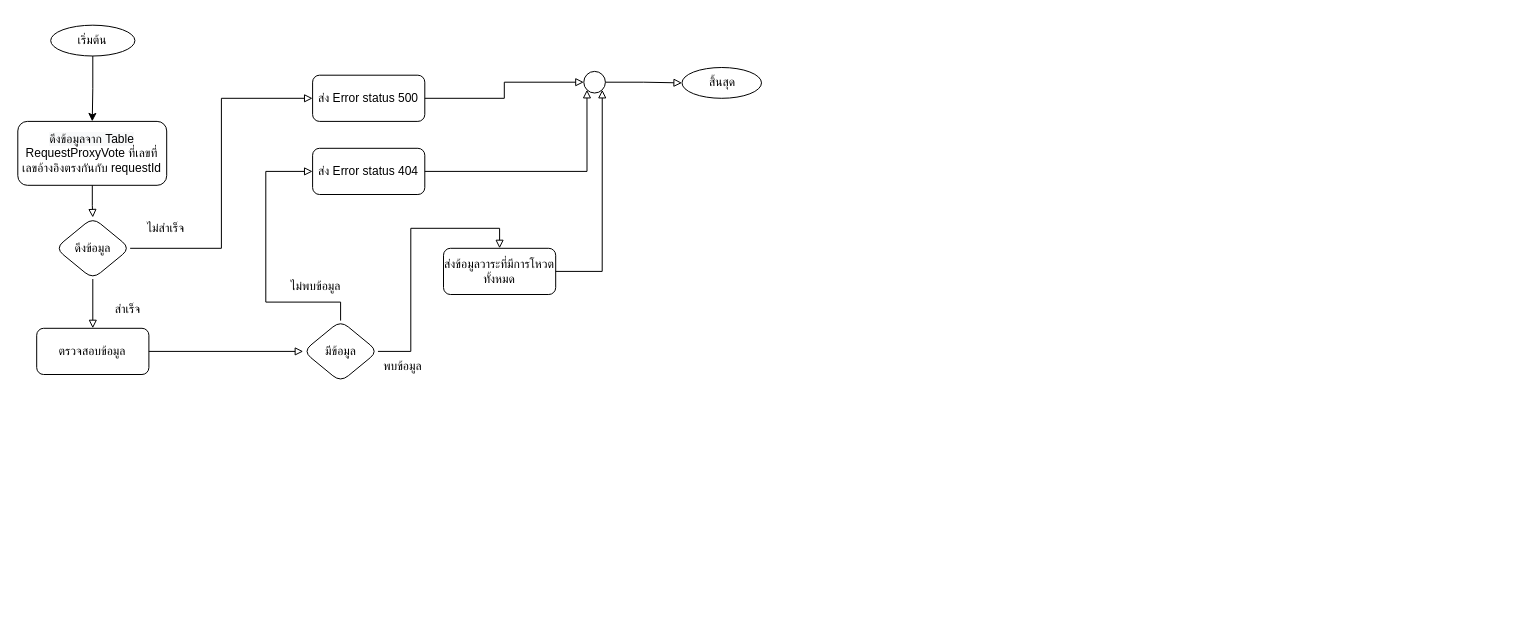
Before: getProxyVoteId.drawio in charifrodmanee/charifrodmanee, a draw.io diagram. Source tidied: cells renumbered, new cells numbered last; positions are measured from the earlier drawing's top-left corner, leaving out a move shared by most shapes. Both pictures are drawn from the tidied source at 100%, with x=0, y=0 at pixel (17, 17).
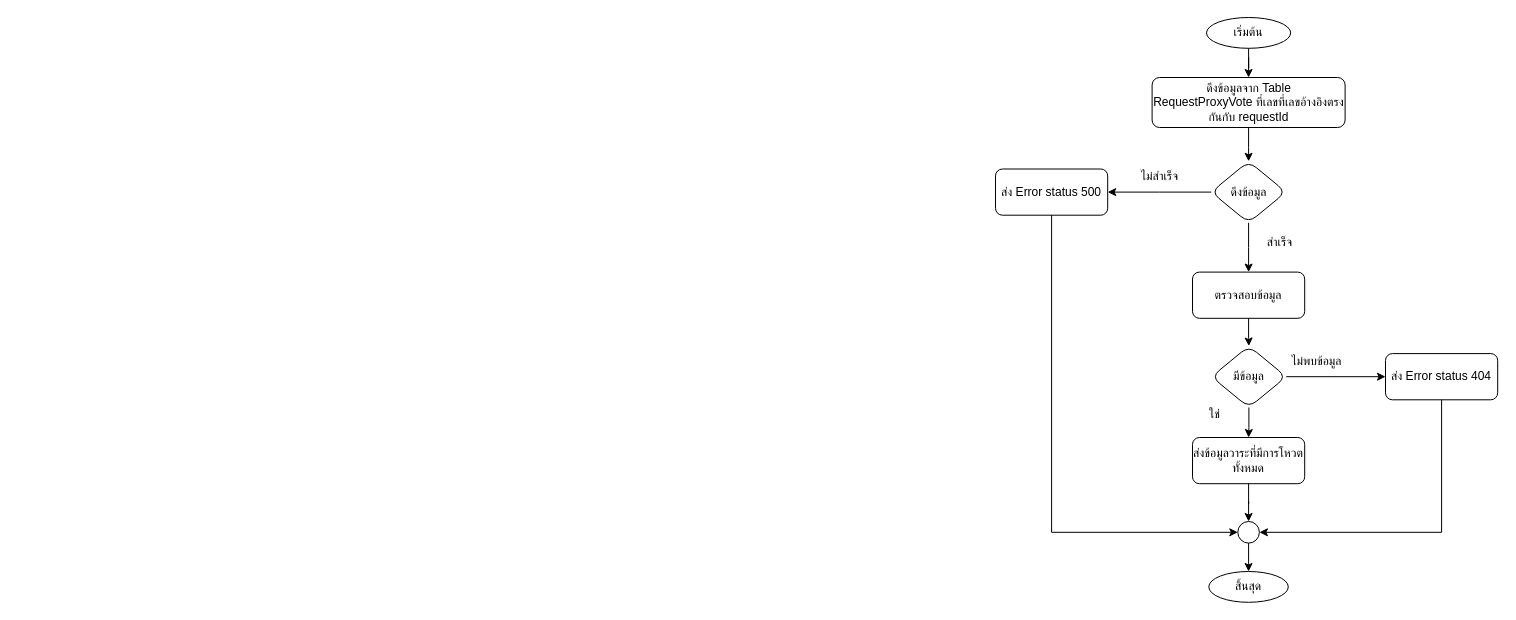
Above is the later version.

What changed in the source:
```diff
@@
-    <mxCell id="2" style="group;" parent="1" vertex="1">
-      <mxGeometry width="744" height="480" as="geometry" />
-    </mxCell>
-    <mxCell id="3" style="group;" parent="2" vertex="1">
-      <mxGeometry x="19.2" y="7.7" width="724.8" height="356.9" as="geometry" />
-    </mxCell>
-    <mxCell id="4" value="เริ่มต้น" style="ellipse;whiteSpace=wrap;html=1;rounded=1;glass=0;strokeWidth=1;shadow=0;" parent="3" vertex="1">
-      <mxGeometry x="14" width="84.2" height="30.8" as="geometry" />
-    </mxCell>
-    <mxCell id="5" value="สิ้นสุด" style="ellipse;whiteSpace=wrap;html=1;rounded=1;glass=0;strokeWidth=1;shadow=0;" parent="3" vertex="1">
-      <mxGeometry x="645.3" y="42.3" width="79.5" height="30.8" as="geometry" />
-    </mxCell>
-    <mxCell id="6" value="&lt;span style=&quot;color: rgb(0, 0, 0); font-family: Helvetica; font-size: 12px; font-style: normal; font-variant-ligatures: normal; font-variant-caps: normal; font-weight: 400; letter-spacing: normal; orphans: 2; text-align: center; text-indent: 0px; text-transform: none; widows: 2; word-spacing: 0px; -webkit-text-stroke-width: 0px; background-color: rgb(248, 249, 250); text-decoration-thickness: initial; text-decoration-style: initial; text-decoration-color: initial; float: none; display: inline !important;&quot;&gt;ดึงข้อมูลจาก Table&lt;br&gt;&lt;/span&gt;RequestProxyVote ที่เลขที่เลขอ้างอิงตรงกันกับ requestId" style="rounded=1;whiteSpace=wrap;html=1;" parent="3" vertex="1">
-      <mxGeometry x="-18.9" y="96.2" width="148.9" height="63.9" as="geometry" />
-    </mxCell>
-    <mxCell id="7" style="edgeStyle=orthogonalEdgeStyle;rounded=0;jettySize=auto;html=1;entryX=0.5;entryY=0;entryDx=0;entryDy=0;" parent="3" edge="1" source="4" target="6">
-      <mxGeometry relative="1" as="geometry" />
-    </mxCell>
+    <mxCell id="29" style="group;" parent="1" vertex="1">
+      <mxGeometry x="978" width="502.2" height="584.8" as="geometry" />
+    </mxCell>
-    <mxCell id="8" value="ส่ง Error status 500" style="whiteSpace=wrap;html=1;rounded=1;" parent="3" vertex="1">
-      <mxGeometry x="275.9" y="50" width="112.2" height="46.2" as="geometry" />
+    <mxCell id="8" value="ส่ง Error status 500" style="whiteSpace=wrap;html=1;rounded=1;" parent="29" vertex="1">
+      <mxGeometry y="151.5" width="112.2" height="46.2" as="geometry" />
     </mxCell>
-    <mxCell id="9" value="ตรวจสอบข้อมูล" style="whiteSpace=wrap;html=1;rounded=1;" parent="3" vertex="1">
-      <mxGeometry y="303.1" width="112.2" height="46.2" as="geometry" />
-    </mxCell>
-    <mxCell id="10" style="edgeStyle=orthogonalEdgeStyle;rounded=0;jettySize=auto;html=1;entryX=0;entryY=0.5;entryDx=0;entryDy=0;endArrow=block;endFill=0;" parent="3" edge="1" source="12" target="8">
-      <mxGeometry relative="1" as="geometry" />
-    </mxCell>
-    <mxCell id="11" style="edgeStyle=orthogonalEdgeStyle;rounded=0;jettySize=auto;html=1;endArrow=block;endFill=0;" parent="3" edge="1" source="12" target="9">
-      <mxGeometry relative="1" as="geometry" />
-    </mxCell>
-    <mxCell id="12" value="ดึงข้อมูล" style="rhombus;whiteSpace=wrap;html=1;rounded=1;" parent="3" vertex="1">
-      <mxGeometry x="18.7" y="192.3" width="74.8" height="61.5" as="geometry" />
-    </mxCell>
-    <mxCell id="13" style="edgeStyle=orthogonalEdgeStyle;rounded=0;jettySize=auto;html=1;endArrow=block;endFill=0;" parent="3" edge="1" source="6" target="12">
-      <mxGeometry relative="1" as="geometry" />
-    </mxCell>
-    <mxCell id="14" value="ไม่สำเร็จ" style="text;html=1;align=center;verticalAlign=middle;strokeColor=none;fillColor=none;" parent="3" vertex="1">
-      <mxGeometry x="93.5" y="188.5" width="70" height="30" as="geometry" />
-    </mxCell>
-    <mxCell id="15" value="สำเร็จ" style="text;html=1;align=center;verticalAlign=middle;strokeColor=none;fillColor=none;" parent="3" vertex="1">
-      <mxGeometry x="65.5" y="269.2" width="50" height="30" as="geometry" />
-    </mxCell>
-    <mxCell id="16" value="มีข้อมูล" style="rhombus;whiteSpace=wrap;html=1;rounded=1;" parent="3" vertex="1">
-      <mxGeometry x="266.5" y="295.4" width="74.8" height="61.5" as="geometry" />
+    <mxCell id="16" value="มีข้อมูล" style="rhombus;whiteSpace=wrap;html=1;rounded=1;" parent="29" vertex="1">
+      <mxGeometry x="216" y="328.5" width="74.8" height="61.5" as="geometry" />
     </mxCell>
-    <mxCell id="17" style="edgeStyle=orthogonalEdgeStyle;rounded=0;jettySize=auto;html=1;endArrow=block;endFill=0;" parent="3" edge="1" source="9" target="16">
-      <mxGeometry relative="1" as="geometry" />
-    </mxCell>
-    <mxCell id="18" value="ส่ง Error status 404" style="whiteSpace=wrap;html=1;rounded=1;" parent="3" vertex="1">
-      <mxGeometry x="275.9" y="123.1" width="112.2" height="46.2" as="geometry" />
+    <mxCell id="18" value="ส่ง Error status 404" style="whiteSpace=wrap;html=1;rounded=1;" parent="29" vertex="1">
+      <mxGeometry x="390" y="336.1" width="112.2" height="46.2" as="geometry" />
     </mxCell>
-    <mxCell id="19" style="edgeStyle=orthogonalEdgeStyle;rounded=0;jettySize=auto;html=1;endArrow=block;endFill=0;" parent="3" edge="1" source="16" target="18">
+    <mxCell id="19" style="edgeStyle=orthogonalEdgeStyle;rounded=0;jettySize=auto;html=1;endArrow=classic;endFill=1;entryX=0;entryY=0.5;entryDx=0;entryDy=0;" parent="29" edge="1" source="16" target="18">
       <mxGeometry relative="1" as="geometry">
         <Array as="points">
-          <mxPoint x="303.9" y="276.9" />
-          <mxPoint x="229.1" y="276.9" />
-          <mxPoint x="229.1" y="146.2" />
+          <mxPoint x="390" y="359" />
+          <mxPoint x="400" y="360" />
         </Array>
       </mxGeometry>
     </mxCell>
-    <mxCell id="20" value="ไม่พบข้อมูล" style="text;html=1;align=center;verticalAlign=middle;strokeColor=none;fillColor=none;" parent="3" vertex="1">
-      <mxGeometry x="238.5" y="246.2" width="80" height="30" as="geometry" />
+    <mxCell id="20" value="ไม่พบข้อมูล" style="text;html=1;align=center;verticalAlign=middle;strokeColor=none;fillColor=none;" parent="29" vertex="1">
+      <mxGeometry x="280.5" y="328.5" width="80" height="30" as="geometry" />
     </mxCell>
-    <mxCell id="21" value="พบข้อมูล" style="text;html=1;align=center;verticalAlign=middle;strokeColor=none;fillColor=none;" parent="3" vertex="1">
-      <mxGeometry x="331.1" y="326.2" width="70" height="30" as="geometry" />
-    </mxCell>
+    <mxCell id="30" value="ใช่" style="text;html=1;align=center;verticalAlign=middle;strokeColor=none;fillColor=none;" parent="29" vertex="1">
+      <mxGeometry x="199" y="382.3" width="40" height="30" as="geometry" />
+    </mxCell>
-    <mxCell id="22" value="ส่งข้อมูลวาระที่มีการโหวตทั้งหมด" style="whiteSpace=wrap;html=1;rounded=1;" parent="3" vertex="1">
-      <mxGeometry x="406.8" y="223.1" width="112.2" height="46.2" as="geometry" />
+    <mxCell id="22" value="ส่งข้อมูลวาระที่มีการโหวตทั้งหมด" style="whiteSpace=wrap;html=1;rounded=1;" parent="29" vertex="1">
+      <mxGeometry x="197" y="420" width="112.2" height="46.2" as="geometry" />
     </mxCell>
-    <mxCell id="23" style="edgeStyle=orthogonalEdgeStyle;rounded=0;jettySize=auto;html=1;endArrow=block;endFill=0;entryX=0.5;entryY=0;entryDx=0;entryDy=0;" parent="3" edge="1" source="16" target="22">
+    <mxCell id="23" style="edgeStyle=orthogonalEdgeStyle;rounded=0;jettySize=auto;html=1;endArrow=classic;endFill=1;entryX=0.5;entryY=0;entryDx=0;entryDy=0;" parent="29" edge="1" source="16" target="22">
       <mxGeometry relative="1" as="geometry" />
     </mxCell>
-    <mxCell id="24" style="edgeStyle=orthogonalEdgeStyle;rounded=0;jettySize=auto;html=1;endArrow=block;endFill=0;" parent="3" edge="1" source="25" target="5">
-      <mxGeometry relative="1" as="geometry" />
-    </mxCell>
-    <mxCell id="25" style="ellipse;whiteSpace=wrap;html=1;" parent="3" vertex="1">
-      <mxGeometry x="547.1" y="46.2" width="21.6" height="21.6" as="geometry" />
-    </mxCell>
-    <mxCell id="26" style="edgeStyle=orthogonalEdgeStyle;rounded=0;jettySize=auto;html=1;entryX=0;entryY=0.5;entryDx=0;entryDy=0;endArrow=block;endFill=0;" parent="3" edge="1" source="8" target="25">
-      <mxGeometry relative="1" as="geometry" />
-    </mxCell>
-    <mxCell id="27" style="edgeStyle=orthogonalEdgeStyle;rounded=0;jettySize=auto;html=1;entryX=0;entryY=1;entryDx=0;entryDy=0;endArrow=block;endFill=0;" parent="3" edge="1" source="18" target="25">
-      <mxGeometry relative="1" as="geometry" />
-    </mxCell>
-    <mxCell id="28" style="edgeStyle=orthogonalEdgeStyle;rounded=0;jettySize=auto;html=1;entryX=1;entryY=1;entryDx=0;entryDy=0;endArrow=block;endFill=0;" parent="3" edge="1" source="22" target="25">
-      <mxGeometry relative="1" as="geometry" />
-    </mxCell>
+    <mxCell id="31" style="edgeStyle=orthogonalEdgeStyle;rounded=0;jettySize=auto;html=1;entryX=0;entryY=0.5;entryDx=0;entryDy=0;endArrow=classic;endFill=1;exitX=0.5;exitY=1;exitDx=0;exitDy=0;" parent="29" edge="1" source="8" target="35">
+      <mxGeometry relative="1" as="geometry" />
+    </mxCell>
+    <mxCell id="32" style="edgeStyle=orthogonalEdgeStyle;rounded=0;jettySize=auto;html=1;endArrow=classic;endFill=1;" parent="29" edge="1" source="22" target="35">
+      <mxGeometry relative="1" as="geometry" />
+    </mxCell>
+    <mxCell id="4" value="เริ่มต้น" style="ellipse;whiteSpace=wrap;html=1;rounded=1;glass=0;strokeWidth=1;shadow=0;" parent="29" vertex="1">
+      <mxGeometry x="211" width="84.2" height="30.8" as="geometry" />
+    </mxCell>
+    <mxCell id="6" value="ดึงข้อมูลจาก Table&lt;br&gt;RequestProxyVote ที่เลขที่เลขอ้างอิงตรงกันกับ requestId" style="rounded=1;whiteSpace=wrap;html=1;" parent="29" vertex="1">
+      <mxGeometry x="156.6" y="60" width="193" height="50" as="geometry" />
+    </mxCell>
+    <mxCell id="7" style="edgeStyle=orthogonalEdgeStyle;rounded=0;jettySize=auto;html=1;entryX=0.5;entryY=0;entryDx=0;entryDy=0;" parent="29" edge="1" source="4" target="6">
+      <mxGeometry relative="1" as="geometry" />
+    </mxCell>
+    <mxCell id="13" style="edgeStyle=orthogonalEdgeStyle;rounded=0;jettySize=auto;html=1;endArrow=classic;endFill=1;" parent="29" edge="1" source="6" target="12">
+      <mxGeometry relative="1" as="geometry" />
+    </mxCell>
+    <mxCell id="9" value="ตรวจสอบข้อมูล" style="whiteSpace=wrap;html=1;rounded=1;" parent="29" vertex="1">
+      <mxGeometry x="197" y="254.6" width="112.2" height="46.2" as="geometry" />
+    </mxCell>
+    <mxCell id="17" style="edgeStyle=orthogonalEdgeStyle;rounded=0;jettySize=auto;html=1;endArrow=classic;endFill=1;" parent="29" edge="1" source="9" target="16">
+      <mxGeometry relative="1" as="geometry" />
+    </mxCell>
+    <mxCell id="11" style="edgeStyle=orthogonalEdgeStyle;rounded=0;jettySize=auto;html=1;endArrow=classic;endFill=1;" parent="29" edge="1" source="12" target="9">
+      <mxGeometry relative="1" as="geometry" />
+    </mxCell>
+    <mxCell id="12" value="ดึงข้อมูล" style="rhombus;whiteSpace=wrap;html=1;rounded=1;" parent="29" vertex="1">
+      <mxGeometry x="215.7" y="143.8" width="74.8" height="61.5" as="geometry" />
+    </mxCell>
+    <mxCell id="14" value="ไม่สำเร็จ" style="text;html=1;align=center;verticalAlign=middle;strokeColor=none;fillColor=none;" parent="29" vertex="1">
+      <mxGeometry x="129" y="143.9" width="70" height="30" as="geometry" />
+    </mxCell>
+    <mxCell id="15" value="สำเร็จ" style="text;html=1;align=center;verticalAlign=middle;strokeColor=none;fillColor=none;" parent="29" vertex="1">
+      <mxGeometry x="259.2" y="210" width="50" height="30" as="geometry" />
+    </mxCell>
+    <mxCell id="33" style="group;" parent="29" vertex="1">
+      <mxGeometry x="213.3" y="504" width="79.5" height="80.8" as="geometry" />
+    </mxCell>
+    <mxCell id="5" value="สิ้นสุด" style="ellipse;whiteSpace=wrap;html=1;rounded=1;glass=0;strokeWidth=1;shadow=0;" parent="33" vertex="1">
+      <mxGeometry y="50" width="79.5" height="30.8" as="geometry" />
+    </mxCell>
+    <mxCell id="34" style="edgeStyle=orthogonalEdgeStyle;rounded=0;jettySize=auto;html=1;endArrow=classic;endFill=1;" parent="33" edge="1" source="35" target="5">
+      <mxGeometry relative="1" as="geometry" />
+    </mxCell>
+    <mxCell id="35" style="ellipse;whiteSpace=wrap;html=1;" parent="33" vertex="1">
+      <mxGeometry x="29" width="21.6" height="21.6" as="geometry" />
+    </mxCell>
+    <mxCell id="10" style="edgeStyle=orthogonalEdgeStyle;rounded=0;jettySize=auto;html=1;entryX=1;entryY=0.5;entryDx=0;entryDy=0;endArrow=classic;endFill=1;" parent="29" edge="1" source="12" target="8">
+      <mxGeometry relative="1" as="geometry" />
+    </mxCell>
+    <mxCell id="36" style="edgeStyle=orthogonalEdgeStyle;rounded=0;jettySize=auto;html=1;entryX=1;entryY=0.5;entryDx=0;entryDy=0;endArrow=classic;endFill=1;" parent="29" edge="1" source="18" target="35">
+      <mxGeometry relative="1" as="geometry">
+        <Array as="points">
+          <mxPoint x="446" y="515" />
+        </Array>
+      </mxGeometry>
+    </mxCell>
```
